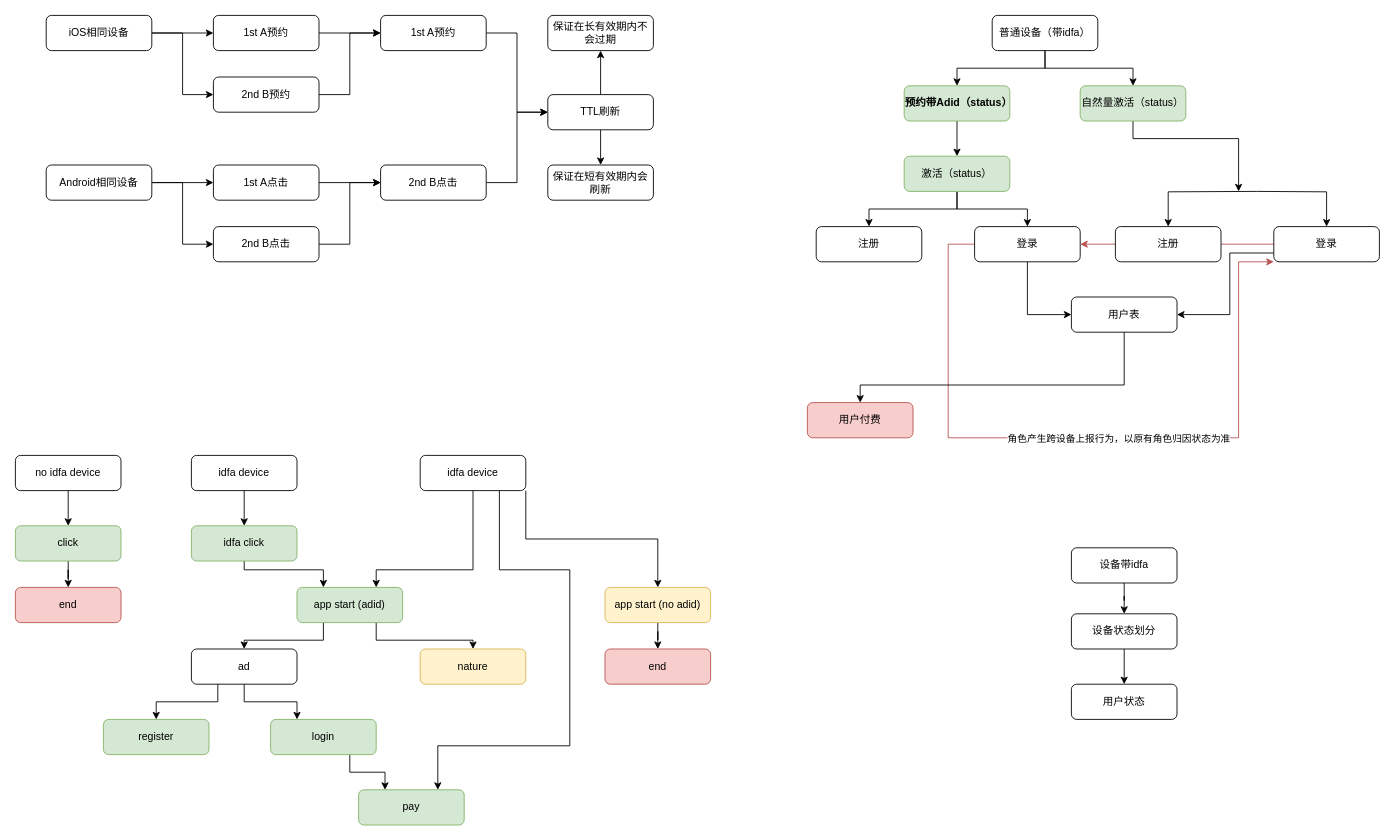
Before: iOS归因.drawio in chenhd/draw.io, a draw.io diagram. Source tidied: cells renumbered, new cells numbered last; positions are measured from the earlier drawing's top-left corner, leaving out a move shared by most shapes. Both pictures are drawn from the tidied source at 88%, with x=0, y=0 at pixel (15, 15).
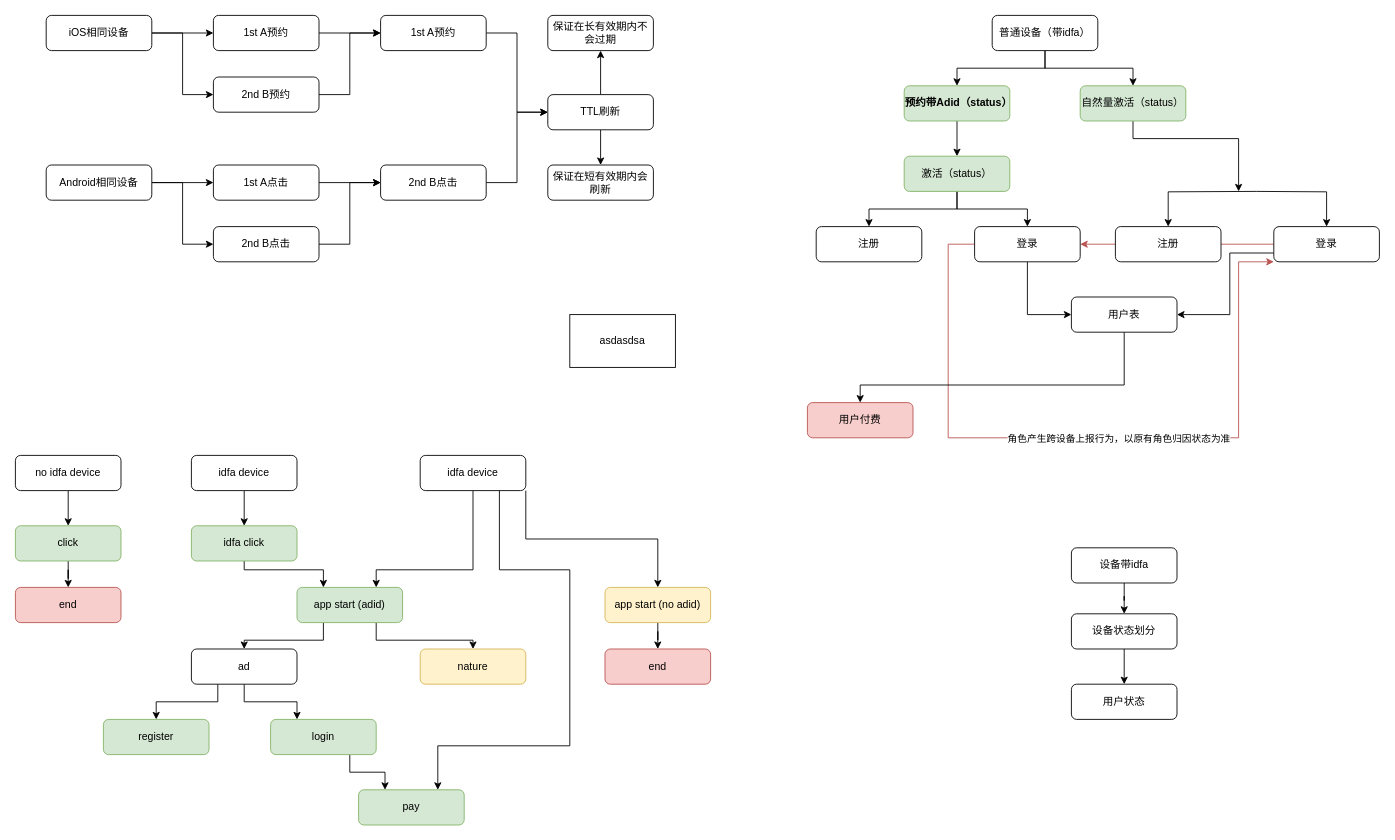
The same diagram, later.

Change to the diagram source:
```diff
@@
+    <mxCell id="81" value="asdasdsa" style="whiteSpace=wrap;html=1;" parent="1" vertex="1">
+      <mxGeometry x="630" y="340" width="120" height="60" as="geometry" />
+    </mxCell>
```
